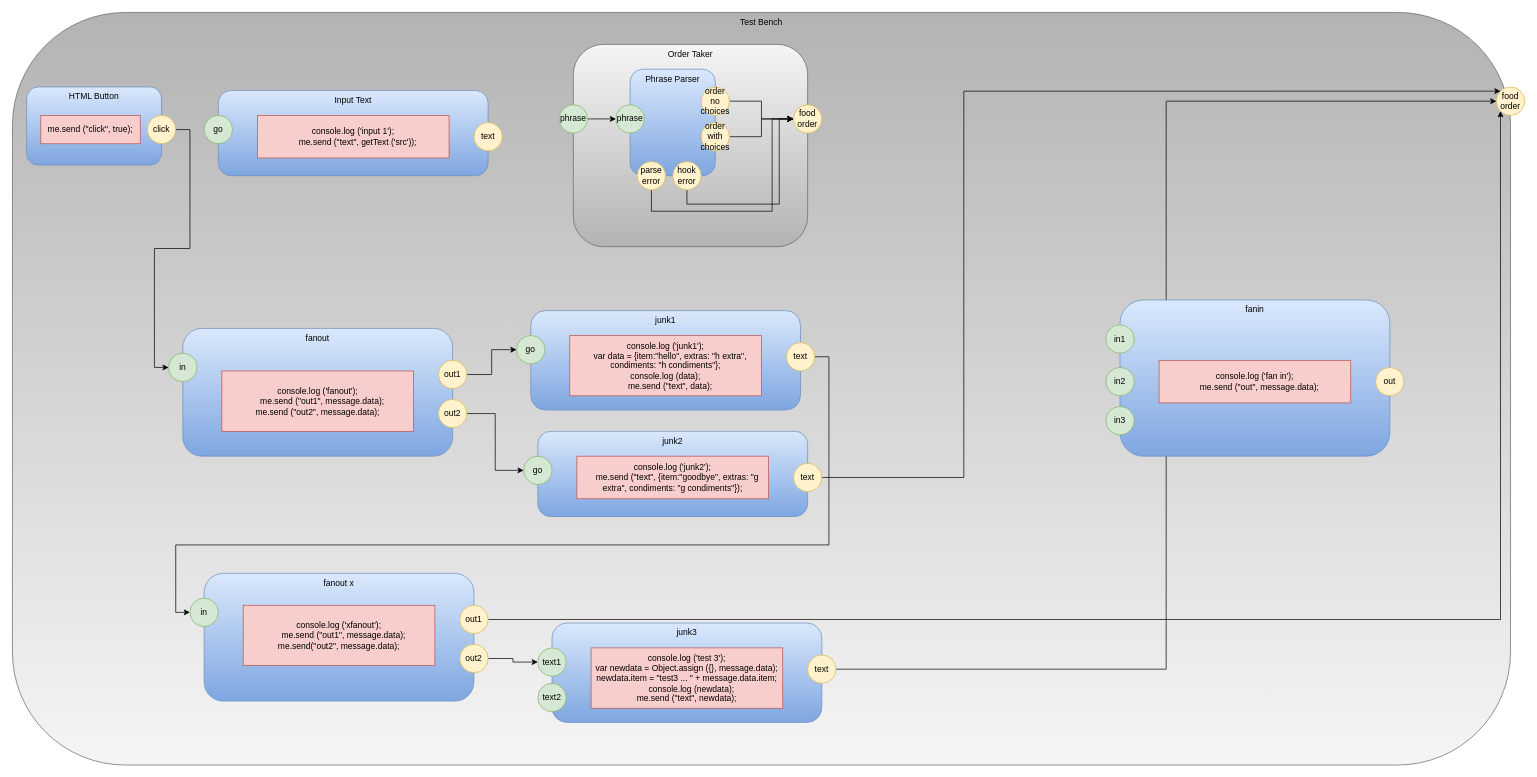
The draw.io diagram testbench.drawio in guitarvydas/hamburgerworkbenchD0D, before the edit. Source tidied: cells renumbered, new cells numbered last; positions are measured from the earlier drawing's top-left corner, leaving out a move shared by most shapes. Both pictures are drawn from the tidied source at 71%, with x=0, y=0 at pixel (12, 12).
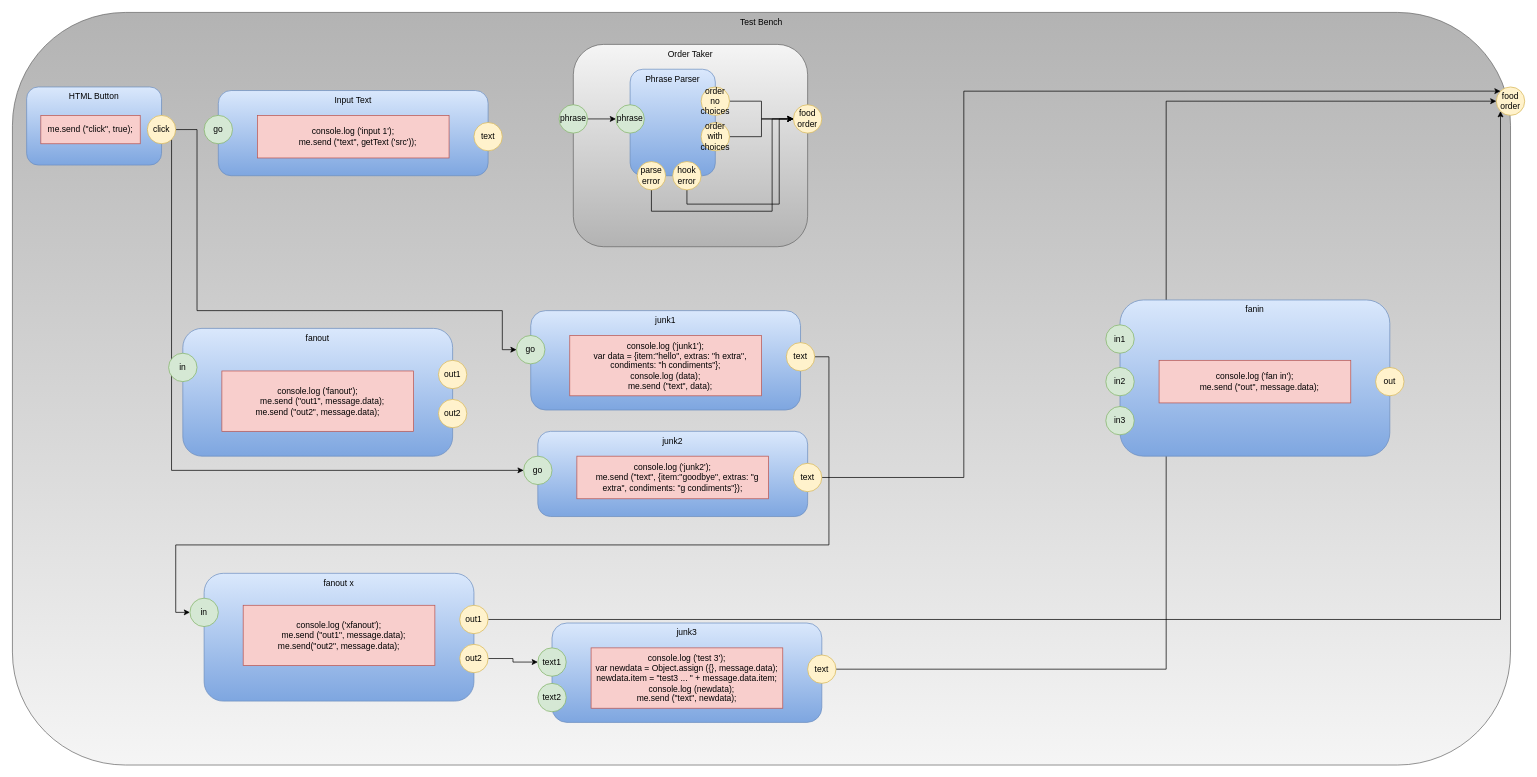
The same page after the edit.

Unchanged cells that the change refers to:
```xml
<mxCell id="9" value="click" style="ellipse;whiteSpace=wrap;html=1;fillColor=#fff2cc;strokeColor=#d6b656;" parent="1" vertex="1">
  <mxGeometry x="190" y="145" width="40" height="40" as="geometry" />
</mxCell>
<mxCell id="29" value="go" style="ellipse;whiteSpace=wrap;html=1;fillColor=#d5e8d4;strokeColor=#82b366;" parent="1" vertex="1">
  <mxGeometry x="710" y="455" width="40" height="40" as="geometry" />
</mxCell>
<mxCell id="34" value="go" style="ellipse;whiteSpace=wrap;html=1;fillColor=#d5e8d4;strokeColor=#82b366;" parent="1" vertex="1">
  <mxGeometry x="720" y="625" width="40" height="40" as="geometry" />
</mxCell>
<mxCell id="44" value="out1" style="ellipse;whiteSpace=wrap;html=1;fillColor=#fff2cc;strokeColor=#d6b656;" parent="1" vertex="1">
  <mxGeometry x="600" y="490" width="40" height="40" as="geometry" />
</mxCell>
<mxCell id="45" value="in" style="ellipse;whiteSpace=wrap;html=1;fillColor=#d5e8d4;strokeColor=#82b366;" parent="1" vertex="1">
  <mxGeometry x="220" y="480" width="40" height="40" as="geometry" />
</mxCell>
<mxCell id="48" value="out2" style="ellipse;whiteSpace=wrap;html=1;fillColor=#fff2cc;strokeColor=#d6b656;" parent="1" vertex="1">
  <mxGeometry x="600" y="545" width="40" height="40" as="geometry" />
</mxCell>
```

The edit, as a diff of the source:
```diff
@@
-    <mxCell id="8" style="edgeStyle=orthogonalEdgeStyle;rounded=0;jettySize=auto;html=1;exitX=1;exitY=0.5;exitDx=0;exitDy=0;entryX=0;entryY=0.5;entryDx=0;entryDy=0;" parent="1" edge="1" source="9" target="45">
-      <mxGeometry relative="1" as="geometry" />
-    </mxCell>
+    <mxCell id="62" style="edgeStyle=orthogonalEdgeStyle;rounded=0;jettySize=auto;html=1;exitX=1;exitY=0.5;exitDx=0;exitDy=0;entryX=0;entryY=0.5;entryDx=0;entryDy=0;" parent="1" edge="1" source="9" target="29">
+      <mxGeometry relative="1" as="geometry">
+        <Array as="points">
+          <mxPoint x="260" y="165" />
+          <mxPoint x="260" y="420" />
+          <mxPoint x="690" y="420" />
+          <mxPoint x="690" y="475" />
+        </Array>
+      </mxGeometry>
+    </mxCell>
+    <mxCell id="63" style="edgeStyle=orthogonalEdgeStyle;rounded=0;jettySize=auto;html=1;exitX=1;exitY=1;exitDx=0;exitDy=0;entryX=0;entryY=0.5;entryDx=0;entryDy=0;" parent="1" edge="1" source="9" target="34">
+      <mxGeometry relative="1" as="geometry">
+        <Array as="points">
+          <mxPoint x="224" y="645" />
+        </Array>
+      </mxGeometry>
+    </mxCell>
@@
-    <mxCell id="43" style="edgeStyle=orthogonalEdgeStyle;rounded=0;jettySize=auto;html=1;exitX=1;exitY=0.5;exitDx=0;exitDy=0;entryX=0;entryY=0.5;entryDx=0;entryDy=0;" parent="1" edge="1" source="44" target="29">
-      <mxGeometry relative="1" as="geometry" />
-    </mxCell>
@@
-    <mxCell id="47" style="edgeStyle=orthogonalEdgeStyle;rounded=0;jettySize=auto;html=1;exitX=1;exitY=0.5;exitDx=0;exitDy=0;entryX=0;entryY=0.5;entryDx=0;entryDy=0;" parent="1" edge="1" source="48" target="34">
-      <mxGeometry relative="1" as="geometry" />
-    </mxCell>
```
